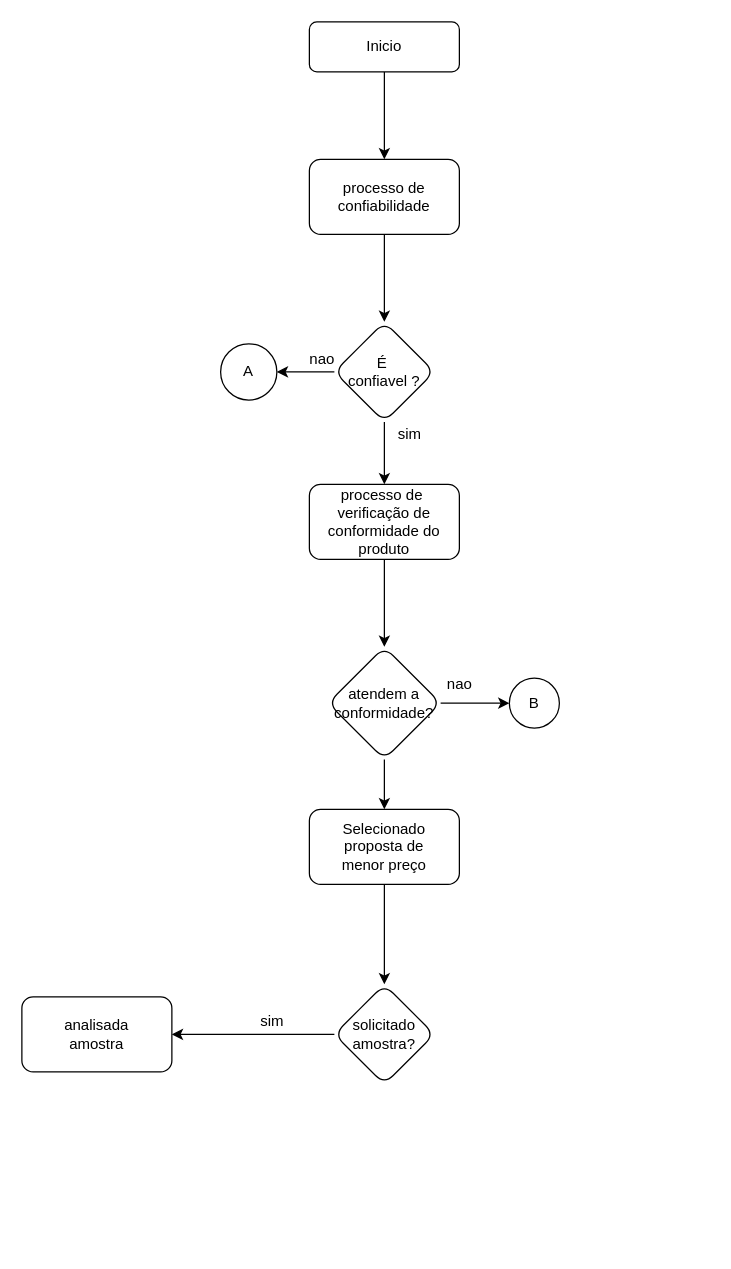
vini27122001/carros keeps this draw.io diagram as Diagrama sem nome.drawio. Above is the earlier version. Source tidied: cells renumbered, new cells numbered last; positions are measured from the earlier drawing's top-left corner, leaving out a move shared by most shapes. Both pictures are drawn from the tidied source at 125%, with x=0, y=0 at pixel (21, 21).
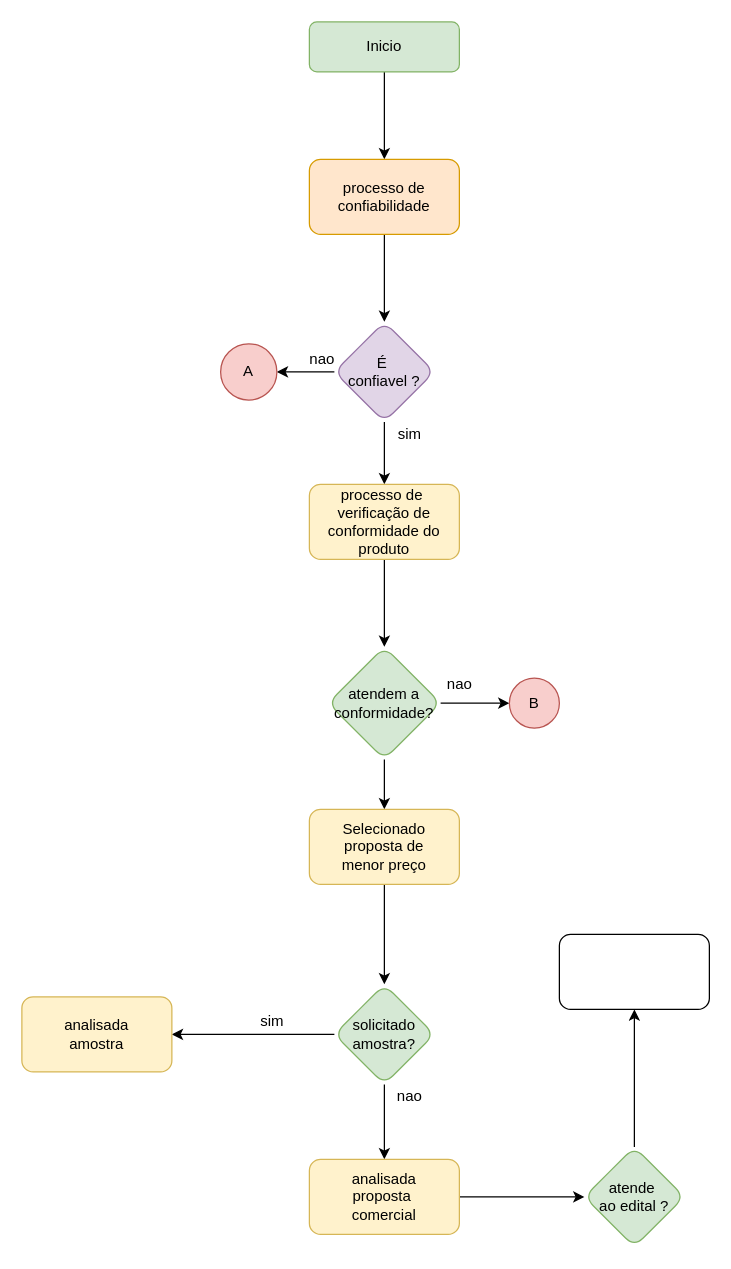
Above is the later version.

What changed in the source:
```diff
@@
-    <mxCell id="3" value="Inicio" style="rounded=1;whiteSpace=wrap;html=1;" parent="1" vertex="1">
+    <mxCell id="3" value="Inicio" style="rounded=1;whiteSpace=wrap;html=1;fillColor=#d5e8d4;strokeColor=#82b366;" parent="1" vertex="1">
       <mxGeometry x="230" width="120" height="40" as="geometry" />
     </mxCell>
@@
-    <mxCell id="5" value="processo de&lt;br&gt;confiabilidade" style="rounded=1;whiteSpace=wrap;html=1;" parent="1" vertex="1">
+    <mxCell id="5" value="processo de&lt;br&gt;confiabilidade" style="rounded=1;whiteSpace=wrap;html=1;fillColor=#ffe6cc;strokeColor=#d79b00;" parent="1" vertex="1">
       <mxGeometry x="230" y="110" width="120" height="60" as="geometry" />
     </mxCell>
@@
-    <mxCell id="8" value="É&amp;nbsp;&lt;br&gt;confiavel ?" style="rhombus;whiteSpace=wrap;html=1;rounded=1;" parent="1" vertex="1">
+    <mxCell id="8" value="É&amp;nbsp;&lt;br&gt;confiavel ?" style="rhombus;whiteSpace=wrap;html=1;rounded=1;fillColor=#e1d5e7;strokeColor=#9673a6;" parent="1" vertex="1">
       <mxGeometry x="250" y="240" width="80" height="80" as="geometry" />
     </mxCell>
@@
-    <mxCell id="10" value="processo de&amp;nbsp;&lt;br&gt;verificação de&lt;br&gt;conformidade do&lt;br&gt;produto" style="whiteSpace=wrap;html=1;rounded=1;" parent="1" vertex="1">
+    <mxCell id="10" value="processo de&amp;nbsp;&lt;br&gt;verificação de&lt;br&gt;conformidade do&lt;br&gt;produto" style="whiteSpace=wrap;html=1;rounded=1;fillColor=#fff2cc;strokeColor=#d6b656;" parent="1" vertex="1">
       <mxGeometry x="230" y="370" width="120" height="60" as="geometry" />
     </mxCell>
@@
-    <mxCell id="13" value="atendem a&lt;br&gt;conformidade?" style="rhombus;whiteSpace=wrap;html=1;rounded=1;" parent="1" vertex="1">
+    <mxCell id="13" value="atendem a&lt;br&gt;conformidade?" style="rhombus;whiteSpace=wrap;html=1;rounded=1;fillColor=#d5e8d4;strokeColor=#82b366;" parent="1" vertex="1">
       <mxGeometry x="245" y="500" width="90" height="90" as="geometry" />
     </mxCell>
-    <mxCell id="14" value="B" style="ellipse;whiteSpace=wrap;html=1;" parent="1" vertex="1">
+    <mxCell id="14" value="B" style="ellipse;whiteSpace=wrap;html=1;fillColor=#f8cecc;strokeColor=#b85450;" parent="1" vertex="1">
       <mxGeometry x="390" y="525" width="40" height="40" as="geometry" />
     </mxCell>
-    <mxCell id="15" value="A" style="ellipse;whiteSpace=wrap;html=1;" parent="1" vertex="1">
+    <mxCell id="15" value="A" style="ellipse;whiteSpace=wrap;html=1;fillColor=#f8cecc;strokeColor=#b85450;" parent="1" vertex="1">
       <mxGeometry x="159" y="257.5" width="45" height="45" as="geometry" />
     </mxCell>
@@
-    <mxCell id="20" value="Selecionado&lt;br&gt;proposta de&lt;br&gt;menor preço" style="whiteSpace=wrap;html=1;rounded=1;" parent="1" vertex="1">
+    <mxCell id="20" value="Selecionado&lt;br&gt;proposta de&lt;br&gt;menor preço" style="whiteSpace=wrap;html=1;rounded=1;fillColor=#fff2cc;strokeColor=#d6b656;" parent="1" vertex="1">
       <mxGeometry x="230" y="630" width="120" height="60" as="geometry" />
     </mxCell>
@@
+    <mxCell id="25" style="edgeStyle=orthogonalEdgeStyle;rounded=0;jettySize=auto;html=1;" parent="1" edge="1" source="22" target="27">
+      <mxGeometry relative="1" as="geometry" />
+    </mxCell>
-    <mxCell id="22" value="solicitado&lt;br&gt;amostra?" style="rhombus;whiteSpace=wrap;html=1;rounded=1;" parent="1" vertex="1">
+    <mxCell id="22" value="solicitado&lt;br&gt;amostra?" style="rhombus;whiteSpace=wrap;html=1;rounded=1;fillColor=#d5e8d4;strokeColor=#82b366;" parent="1" vertex="1">
       <mxGeometry x="250" y="770" width="80" height="80" as="geometry" />
     </mxCell>
-    <mxCell id="23" value="analisada&lt;br&gt;amostra" style="whiteSpace=wrap;html=1;rounded=1;" parent="1" vertex="1">
+    <mxCell id="23" value="analisada&lt;br&gt;amostra" style="whiteSpace=wrap;html=1;rounded=1;fillColor=#fff2cc;strokeColor=#d6b656;" parent="1" vertex="1">
       <mxGeometry y="780" width="120" height="60" as="geometry" />
     </mxCell>
@@
+    <mxCell id="26" style="edgeStyle=orthogonalEdgeStyle;rounded=0;jettySize=auto;html=1;" parent="1" edge="1" source="27" target="30">
+      <mxGeometry relative="1" as="geometry" />
+    </mxCell>
+    <mxCell id="27" value="analisada&lt;br&gt;proposta&amp;nbsp;&lt;br&gt;comercial" style="rounded=1;whiteSpace=wrap;html=1;fillColor=#fff2cc;strokeColor=#d6b656;" parent="1" vertex="1">
+      <mxGeometry x="230" y="910" width="120" height="60" as="geometry" />
+    </mxCell>
+    <mxCell id="28" value="nao" style="text;html=1;align=center;verticalAlign=middle;strokeColor=none;fillColor=none;" parent="1" vertex="1">
+      <mxGeometry x="290" y="845" width="40" height="30" as="geometry" />
+    </mxCell>
+    <mxCell id="29" style="edgeStyle=orthogonalEdgeStyle;rounded=0;jettySize=auto;html=1;" parent="1" edge="1" source="30" target="31">
+      <mxGeometry relative="1" as="geometry" />
+    </mxCell>
+    <mxCell id="30" value="atende&amp;nbsp;&lt;br&gt;ao edital ?" style="rhombus;whiteSpace=wrap;html=1;rounded=1;fillColor=#d5e8d4;strokeColor=#82b366;" parent="1" vertex="1">
+      <mxGeometry x="450" y="900" width="80" height="80" as="geometry" />
+    </mxCell>
+    <mxCell id="31" style="whiteSpace=wrap;html=1;rounded=1;" parent="1" vertex="1">
+      <mxGeometry x="430" y="730" width="120" height="60" as="geometry" />
+    </mxCell>
```
